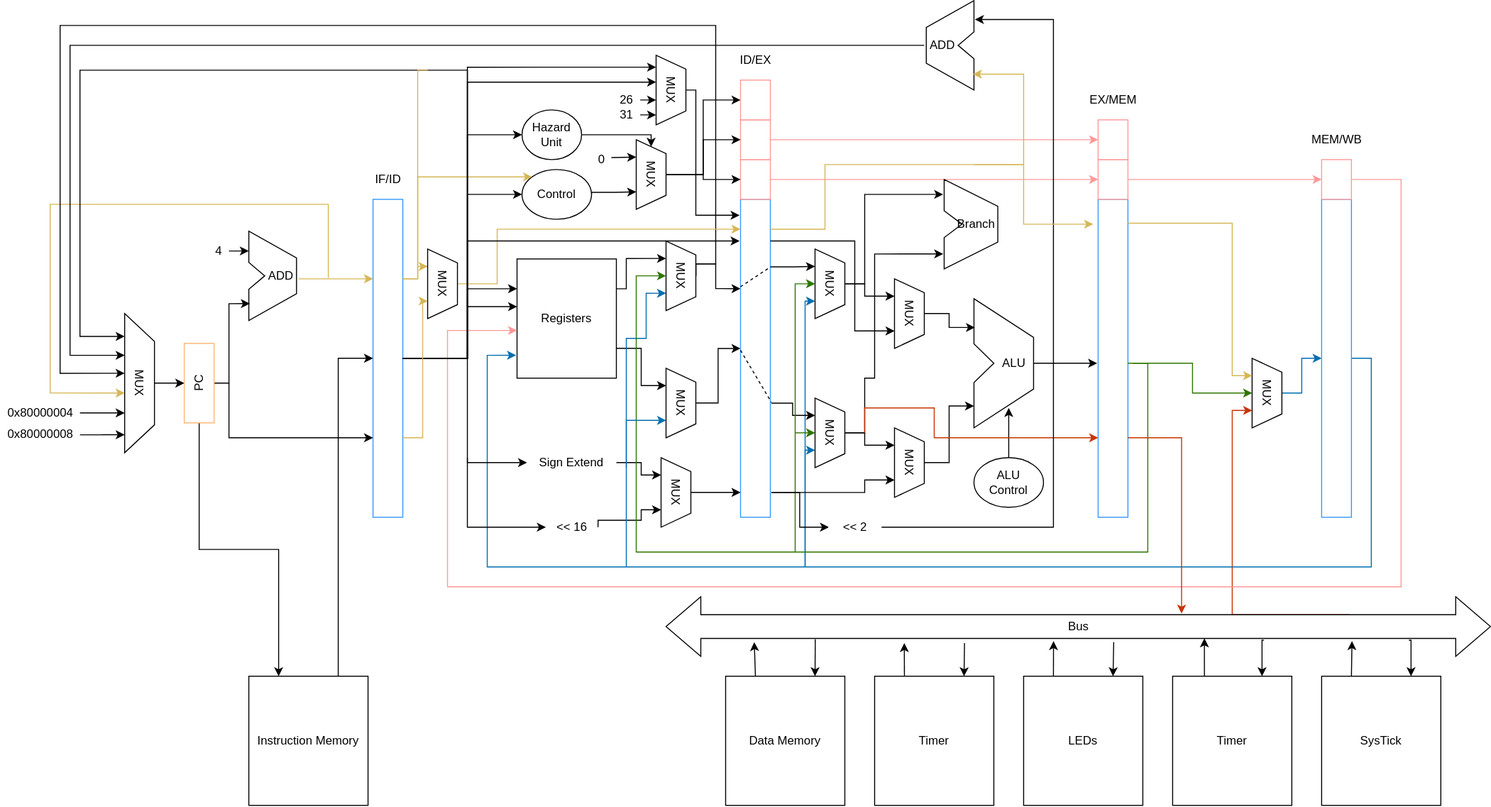
Above: MIPS-CPU.drawio.svg in boltma/MIPS-pipeline-CPU (draw.io), before the change. Source tidied: cells renumbered, new cells last; positions are measured from the earlier drawing's top-left corner, leaving out a move shared by most shapes.
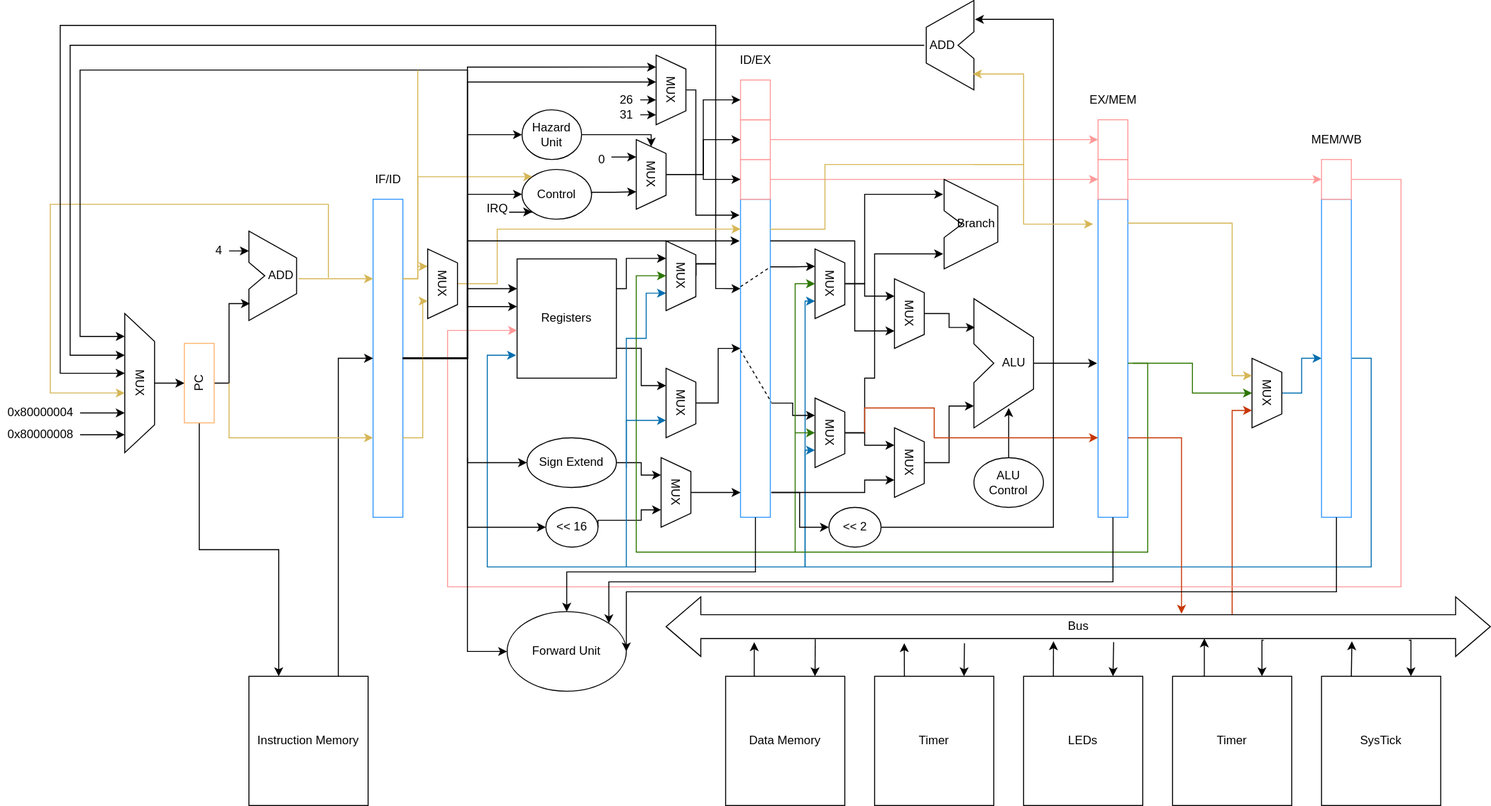
The same diagram one commit later.

What changed in the source:
```diff
@@ -204,10 +204,10 @@
     <mxCell id="53" style="group;" parent="1" vertex="1">
       <mxGeometry x="530" y="440" width="165" height="110" as="geometry" />
     </mxCell>
-    <mxCell id="54" value="Sign Extend" style="ellipse;whiteSpace=wrap;html=1;strokeColor=#FFFFFF;" parent="53" vertex="1">
+    <mxCell id="54" value="Sign Extend" style="ellipse;whiteSpace=wrap;html=1;" parent="53" vertex="1">
       <mxGeometry width="90" height="50" as="geometry" />
     </mxCell>
-    <mxCell id="55" value="&amp;lt;&amp;lt; 16" style="ellipse;whiteSpace=wrap;html=1;strokeColor=#FFFFFF;" parent="53" vertex="1">
+    <mxCell id="55" value="&amp;lt;&amp;lt; 16" style="ellipse;whiteSpace=wrap;html=1;" parent="53" vertex="1">
       <mxGeometry x="19" y="70" width="52.5" height="40" as="geometry" />
     </mxCell>
     <mxCell id="56" value="MUX" style="shape=trapezoid;perimeter=trapezoidPerimeter;whiteSpace=wrap;html=1;rotation=90;" parent="53" vertex="1">
@@ -253,6 +253,11 @@
         </Array>
       </mxGeometry>
     </mxCell>
+    <mxCell id="161" style="edgeStyle=orthogonalEdgeStyle;rounded=0;jettySize=auto;html=1;entryX=0;entryY=1;entryDx=0;entryDy=0;" parent="1" edge="1" target="65">
+      <mxGeometry relative="1" as="geometry">
+        <mxPoint x="512" y="213" as="sourcePoint" />
+      </mxGeometry>
+    </mxCell>
     <mxCell id="65" value="Control" style="ellipse;whiteSpace=wrap;html=1;" parent="1" vertex="1">
       <mxGeometry x="525" y="170" width="70" height="50" as="geometry" />
     </mxCell>
@@ -484,7 +489,7 @@
         </Array>
       </mxGeometry>
     </mxCell>
-    <mxCell id="108" value="&amp;lt;&amp;lt; 2" style="ellipse;whiteSpace=wrap;html=1;strokeColor=#FFFFFF;" parent="1" vertex="1">
+    <mxCell id="108" value="&amp;lt;&amp;lt; 2" style="ellipse;whiteSpace=wrap;html=1;" parent="1" vertex="1">
       <mxGeometry x="834" y="510" width="52.5" height="40" as="geometry" />
     </mxCell>
     <mxCell id="109" style="edgeStyle=orthogonalEdgeStyle;rounded=0;jettySize=auto;html=1;exitX=0.75;exitY=1;exitDx=0;exitDy=0;fillColor=#1ba1e2;strokeColor=#006EAF;entryX=0.75;entryY=1;entryDx=0;entryDy=0;" parent="1" edge="1" target="112">
@@ -584,7 +589,7 @@
     </mxCell>
     <mxCell id="121" style="edgeStyle=orthogonalEdgeStyle;rounded=0;jettySize=auto;html=1;exitX=1;exitY=0.25;exitDx=0;exitDy=0;gradientColor=#ffd966;fillColor=#fff2cc;strokeColor=#d6b656;endArrow=none;endFill=0;" parent="1" edge="1" source="28">
       <mxGeometry relative="1" as="geometry">
-        <mxPoint x="430" y="70" as="targetPoint" />
+        <mxPoint x="420" y="70" as="targetPoint" />
         <Array as="points">
           <mxPoint x="420" y="280" />
           <mxPoint x="420" y="70" />
@@ -713,7 +718,7 @@
         </Array>
       </mxGeometry>
     </mxCell>
-    <mxCell id="145" style="edgeStyle=orthogonalEdgeStyle;rounded=0;jettySize=auto;html=1;exitX=0;exitY=0.75;exitDx=0;exitDy=0;entryX=0;entryY=0.75;entryDx=0;entryDy=0;" parent="1" edge="1" target="28">
+    <mxCell id="145" style="edgeStyle=orthogonalEdgeStyle;rounded=0;jettySize=auto;html=1;exitX=0;exitY=0.75;exitDx=0;exitDy=0;entryX=0;entryY=0.75;entryDx=0;entryDy=0;gradientColor=#ffd966;fillColor=#fff2cc;strokeColor=#d6b656;" parent="1" edge="1" target="28">
       <mxGeometry relative="1" as="geometry">
         <mxPoint x="230" y="385" as="sourcePoint" />
         <Array as="points">
@@ -768,5 +773,43 @@
     <mxCell id="160" style="edgeStyle=orthogonalEdgeStyle;rounded=0;jettySize=auto;html=1;exitX=1;exitY=0.75;exitDx=0;exitDy=0;entryX=0.75;entryY=1;entryDx=0;entryDy=0;gradientColor=#ffd966;fillColor=#fff2cc;strokeColor=#d6b656;" parent="1" edge="1" source="28" target="159">
       <mxGeometry relative="1" as="geometry" />
     </mxCell>
+    <mxCell id="162" value="Forward Unit" style="ellipse;whiteSpace=wrap;html=1;strokeColor=#000000;gradientColor=none;" parent="1" vertex="1">
+      <mxGeometry x="510" y="615" width="120" height="80" as="geometry" />
+    </mxCell>
+    <mxCell id="163" style="edgeStyle=orthogonalEdgeStyle;rounded=0;jettySize=auto;html=1;exitX=1;exitY=0.5;exitDx=0;exitDy=0;entryX=0;entryY=0.5;entryDx=0;entryDy=0;" parent="1" edge="1" source="28" target="162">
+      <mxGeometry relative="1" as="geometry">
+        <Array as="points">
+          <mxPoint x="470" y="360" />
+          <mxPoint x="470" y="655" />
+        </Array>
+      </mxGeometry>
+    </mxCell>
+    <mxCell id="164" style="edgeStyle=orthogonalEdgeStyle;rounded=0;jettySize=auto;html=1;exitX=0.5;exitY=1;exitDx=0;exitDy=0;entryX=0.5;entryY=0;entryDx=0;entryDy=0;" parent="1" edge="1" source="16" target="162">
+      <mxGeometry relative="1" as="geometry">
+        <Array as="points">
+          <mxPoint x="760" y="575" />
+          <mxPoint x="570" y="575" />
+        </Array>
+      </mxGeometry>
+    </mxCell>
+    <mxCell id="165" style="edgeStyle=orthogonalEdgeStyle;rounded=0;jettySize=auto;html=1;exitX=0.5;exitY=1;exitDx=0;exitDy=0;entryX=1;entryY=0;entryDx=0;entryDy=0;" parent="1" edge="1" source="31" target="162">
+      <mxGeometry relative="1" as="geometry">
+        <Array as="points">
+          <mxPoint x="1120" y="585" />
+          <mxPoint x="612" y="585" />
+        </Array>
+      </mxGeometry>
+    </mxCell>
+    <mxCell id="166" style="edgeStyle=orthogonalEdgeStyle;rounded=0;jettySize=auto;html=1;exitX=0.5;exitY=1;exitDx=0;exitDy=0;entryX=1;entryY=0.5;entryDx=0;entryDy=0;" parent="1" edge="1" source="36" target="162">
+      <mxGeometry relative="1" as="geometry">
+        <Array as="points">
+          <mxPoint x="1345" y="595" />
+          <mxPoint x="630" y="595" />
+        </Array>
+      </mxGeometry>
+    </mxCell>
+    <mxCell id="167" value="IRQ" style="text;html=1;align=center;verticalAlign=middle;" parent="1" vertex="1">
+      <mxGeometry x="480" y="200" width="40" height="20" as="geometry" />
+    </mxCell>
   </root>
 </mxGraphModel>
```
